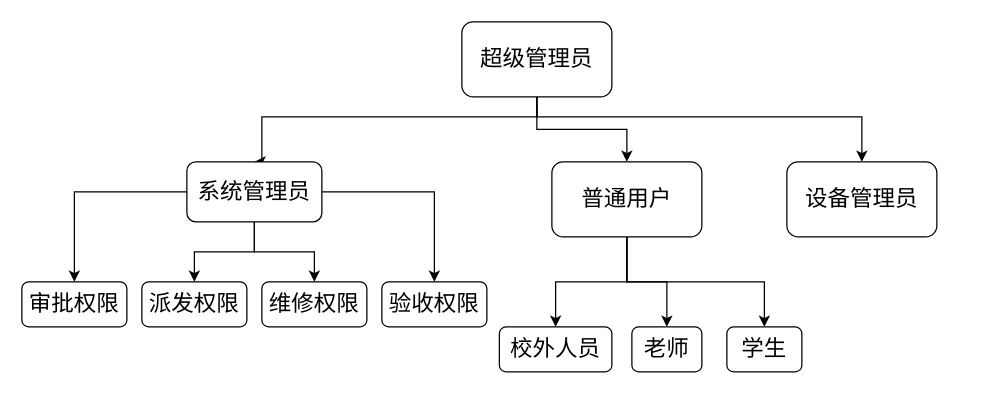
Above: 权限设计.drawio in AdhereZ/graph (draw.io), before the change. Source tidied: cells renumbered, new cells numbered last; positions are measured from the earlier drawing's top-left corner, leaving out a move shared by most shapes. Both pictures are drawn from the tidied source at 125%, with x=0, y=0 at pixel (21, 21).
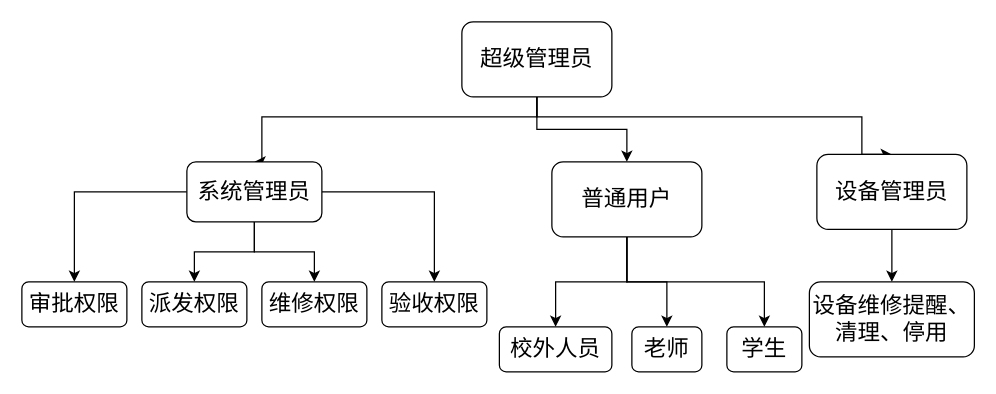
Above is the later version.

Commit message:
更新权限设计.drawio

Change to the diagram source:
```diff
@@
+    <mxCell id="23" style="edgeStyle=orthogonalEdgeStyle;rounded=0;jettySize=auto;html=1;entryX=0.5;entryY=0;entryDx=0;entryDy=0;fontSize=18;" parent="1" edge="1" source="11" target="24">
+      <mxGeometry relative="1" as="geometry" />
+    </mxCell>
     <mxCell id="11" value="设备管理员" style="rounded=1;whiteSpace=wrap;html=1;fontSize=18;" parent="1" vertex="1">
-      <mxGeometry x="612" y="112" width="120" height="60" as="geometry" />
+      <mxGeometry x="636" y="106" width="120" height="60" as="geometry" />
     </mxCell>
@@
+    <mxCell id="24" value="设备维修提醒、清理、停用" style="rounded=1;whiteSpace=wrap;html=1;fontSize=18;" parent="1" vertex="1">
+      <mxGeometry x="630" y="208" width="132" height="60" as="geometry" />
+    </mxCell>
```
